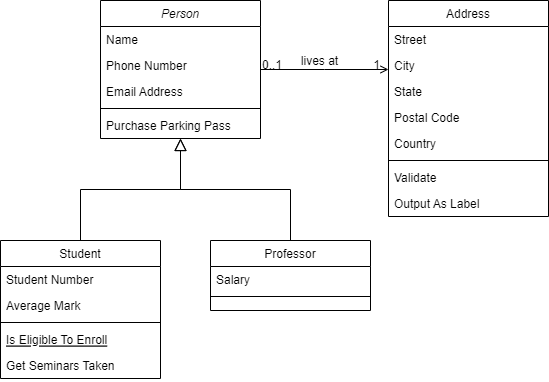
The draw.io diagram Module5/ProgrammingAssignment/Chapter38Exercise/SalaryDatabaseWebUML.png in njlowhorn/Java_Class, before a commit. Source tidied: cells renumbered, new cells last; positions are measured from the earlier drawing's top-left corner, leaving out a move shared by most shapes.
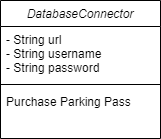
After the change.

The edit, as a diff of the source:
```diff
@@ -2,103 +2,17 @@
   <root>
     <mxCell id="0" />
     <mxCell id="1" parent="0" />
-    <mxCell id="2" value="Person" style="swimlane;fontStyle=2;align=center;verticalAlign=top;horizontal=1;startSize=26;rounded=0;shadow=0;strokeWidth=1;" parent="1" vertex="1">
+    <mxCell id="2" value="DatabaseConnector" style="swimlane;fontStyle=2;align=center;verticalAlign=top;horizontal=1;startSize=26;rounded=0;shadow=0;strokeWidth=1;" parent="1" vertex="1">
       <mxGeometry x="100" width="160" height="138" as="geometry" />
     </mxCell>
-    <mxCell id="3" value="Name" style="text;align=left;verticalAlign=top;spacingLeft=4;spacingRight=4;overflow=hidden;" parent="2" vertex="1">
-      <mxGeometry y="26" width="160" height="26" as="geometry" />
+    <mxCell id="3" value="- String url&#10;- String username&#10;- String password" style="text;align=left;verticalAlign=top;spacingLeft=4;spacingRight=4;overflow=hidden;" parent="2" vertex="1">
+      <mxGeometry y="26" width="160" height="54" as="geometry" />
     </mxCell>
-    <mxCell id="4" value="Phone Number" style="text;align=left;verticalAlign=top;spacingLeft=4;spacingRight=4;overflow=hidden;rounded=0;shadow=0;html=0;" parent="2" vertex="1">
-      <mxGeometry y="52" width="160" height="26" as="geometry" />
-    </mxCell>
-    <mxCell id="5" value="Email Address" style="text;align=left;verticalAlign=top;spacingLeft=4;spacingRight=4;overflow=hidden;rounded=0;shadow=0;html=0;" parent="2" vertex="1">
-      <mxGeometry y="78" width="160" height="26" as="geometry" />
-    </mxCell>
     <mxCell id="6" style="line;html=1;strokeWidth=1;align=left;verticalAlign=middle;spacingTop=-1;spacingLeft=3;spacingRight=3;labelPosition=right;" parent="2" vertex="1">
-      <mxGeometry y="104" width="160" height="8" as="geometry" />
+      <mxGeometry y="80" width="160" height="8" as="geometry" />
     </mxCell>
     <mxCell id="7" value="Purchase Parking Pass" style="text;align=left;verticalAlign=top;spacingLeft=4;spacingRight=4;overflow=hidden;" parent="2" vertex="1">
-      <mxGeometry y="112" width="160" height="26" as="geometry" />
+      <mxGeometry y="88" width="160" height="26" as="geometry" />
     </mxCell>
-    <mxCell id="8" value="Student" style="swimlane;fontStyle=0;align=center;verticalAlign=top;horizontal=1;startSize=26;rounded=0;shadow=0;strokeWidth=1;" parent="1" vertex="1">
-      <mxGeometry y="240" width="160" height="138" as="geometry" />
-    </mxCell>
-    <mxCell id="9" value="Student Number" style="text;align=left;verticalAlign=top;spacingLeft=4;spacingRight=4;overflow=hidden;" parent="8" vertex="1">
-      <mxGeometry y="26" width="160" height="26" as="geometry" />
-    </mxCell>
-    <mxCell id="10" value="Average Mark" style="text;align=left;verticalAlign=top;spacingLeft=4;spacingRight=4;overflow=hidden;rounded=0;shadow=0;html=0;" parent="8" vertex="1">
-      <mxGeometry y="52" width="160" height="26" as="geometry" />
-    </mxCell>
-    <mxCell id="11" style="line;html=1;strokeWidth=1;align=left;verticalAlign=middle;spacingTop=-1;spacingLeft=3;spacingRight=3;labelPosition=right;" parent="8" vertex="1">
-      <mxGeometry y="78" width="160" height="8" as="geometry" />
-    </mxCell>
-    <mxCell id="12" value="Is Eligible To Enroll" style="text;align=left;verticalAlign=top;spacingLeft=4;spacingRight=4;overflow=hidden;fontStyle=4;" parent="8" vertex="1">
-      <mxGeometry y="86" width="160" height="26" as="geometry" />
-    </mxCell>
-    <mxCell id="13" value="Get Seminars Taken" style="text;align=left;verticalAlign=top;spacingLeft=4;spacingRight=4;overflow=hidden;" parent="8" vertex="1">
-      <mxGeometry y="112" width="160" height="26" as="geometry" />
-    </mxCell>
-    <mxCell id="14" style="endArrow=block;endSize=10;endFill=0;shadow=0;strokeWidth=1;rounded=0;edgeStyle=elbowEdgeStyle;elbow=vertical;" parent="1" edge="1" source="8" target="2">
-      <mxGeometry relative="1" as="geometry" />
-    </mxCell>
-    <mxCell id="15" value="Professor" style="swimlane;fontStyle=0;align=center;verticalAlign=top;horizontal=1;startSize=26;rounded=0;shadow=0;strokeWidth=1;" parent="1" vertex="1">
-      <mxGeometry x="210" y="240" width="160" height="70" as="geometry" />
-    </mxCell>
-    <mxCell id="16" value="Salary" style="text;align=left;verticalAlign=top;spacingLeft=4;spacingRight=4;overflow=hidden;" parent="15" vertex="1">
-      <mxGeometry y="26" width="160" height="26" as="geometry" />
-    </mxCell>
-    <mxCell id="17" style="line;html=1;strokeWidth=1;align=left;verticalAlign=middle;spacingTop=-1;spacingLeft=3;spacingRight=3;labelPosition=right;" parent="15" vertex="1">
-      <mxGeometry y="52" width="160" height="8" as="geometry" />
-    </mxCell>
-    <mxCell id="18" style="endArrow=block;endSize=10;endFill=0;shadow=0;strokeWidth=1;rounded=0;edgeStyle=elbowEdgeStyle;elbow=vertical;" parent="1" edge="1" source="15" target="2">
-      <mxGeometry relative="1" as="geometry" />
-    </mxCell>
-    <mxCell id="19" value="Address" style="swimlane;fontStyle=0;align=center;verticalAlign=top;horizontal=1;startSize=26;rounded=0;shadow=0;strokeWidth=1;" parent="1" vertex="1">
-      <mxGeometry x="388" width="160" height="216" as="geometry" />
-    </mxCell>
-    <mxCell id="20" value="Street" style="text;align=left;verticalAlign=top;spacingLeft=4;spacingRight=4;overflow=hidden;" parent="19" vertex="1">
-      <mxGeometry y="26" width="160" height="26" as="geometry" />
-    </mxCell>
-    <mxCell id="21" value="City" style="text;align=left;verticalAlign=top;spacingLeft=4;spacingRight=4;overflow=hidden;rounded=0;shadow=0;html=0;" parent="19" vertex="1">
-      <mxGeometry y="52" width="160" height="26" as="geometry" />
-    </mxCell>
-    <mxCell id="22" value="State" style="text;align=left;verticalAlign=top;spacingLeft=4;spacingRight=4;overflow=hidden;rounded=0;shadow=0;html=0;" parent="19" vertex="1">
-      <mxGeometry y="78" width="160" height="26" as="geometry" />
-    </mxCell>
-    <mxCell id="23" value="Postal Code" style="text;align=left;verticalAlign=top;spacingLeft=4;spacingRight=4;overflow=hidden;rounded=0;shadow=0;html=0;" parent="19" vertex="1">
-      <mxGeometry y="104" width="160" height="26" as="geometry" />
-    </mxCell>
-    <mxCell id="24" value="Country" style="text;align=left;verticalAlign=top;spacingLeft=4;spacingRight=4;overflow=hidden;rounded=0;shadow=0;html=0;" parent="19" vertex="1">
-      <mxGeometry y="130" width="160" height="26" as="geometry" />
-    </mxCell>
-    <mxCell id="25" style="line;html=1;strokeWidth=1;align=left;verticalAlign=middle;spacingTop=-1;spacingLeft=3;spacingRight=3;labelPosition=right;" parent="19" vertex="1">
-      <mxGeometry y="156" width="160" height="8" as="geometry" />
-    </mxCell>
-    <mxCell id="26" value="Validate" style="text;align=left;verticalAlign=top;spacingLeft=4;spacingRight=4;overflow=hidden;" parent="19" vertex="1">
-      <mxGeometry y="164" width="160" height="26" as="geometry" />
-    </mxCell>
-    <mxCell id="27" value="Output As Label" style="text;align=left;verticalAlign=top;spacingLeft=4;spacingRight=4;overflow=hidden;" parent="19" vertex="1">
-      <mxGeometry y="190" width="160" height="26" as="geometry" />
-    </mxCell>
-    <mxCell id="28" style="endArrow=open;shadow=0;strokeWidth=1;rounded=0;endFill=1;edgeStyle=elbowEdgeStyle;elbow=vertical;" parent="1" edge="1" source="2" target="19">
-      <mxGeometry x="0.5" y="41" relative="1" as="geometry">
-        <mxPoint x="-40" y="32" as="offset" />
-      </mxGeometry>
-    </mxCell>
-    <mxCell id="29" value="0..1" style="align=left;verticalAlign=bottom;labelBackgroundColor=none;fontSize=12;" parent="28" vertex="1">
-      <mxGeometry x="-1" relative="1" as="geometry">
-        <mxPoint y="4" as="offset" />
-      </mxGeometry>
-    </mxCell>
-    <mxCell id="30" value="1" style="align=right;verticalAlign=bottom;labelBackgroundColor=none;fontSize=12;" parent="28" vertex="1">
-      <mxGeometry x="1" relative="1" as="geometry">
-        <mxPoint x="-7" y="4" as="offset" />
-      </mxGeometry>
-    </mxCell>
-    <mxCell id="31" value="lives at" style="text;html=1;align=center;verticalAlign=middle;labelBackgroundColor=none;rounded=0;shadow=0;strokeWidth=1;fontSize=12;" parent="28" vertex="1">
-      <mxGeometry x="0.5" y="49" relative="1" as="geometry">
-        <mxPoint x="-38" y="40" as="offset" />
-      </mxGeometry>
-    </mxCell>
   </root>
 </mxGraphModel>
```
